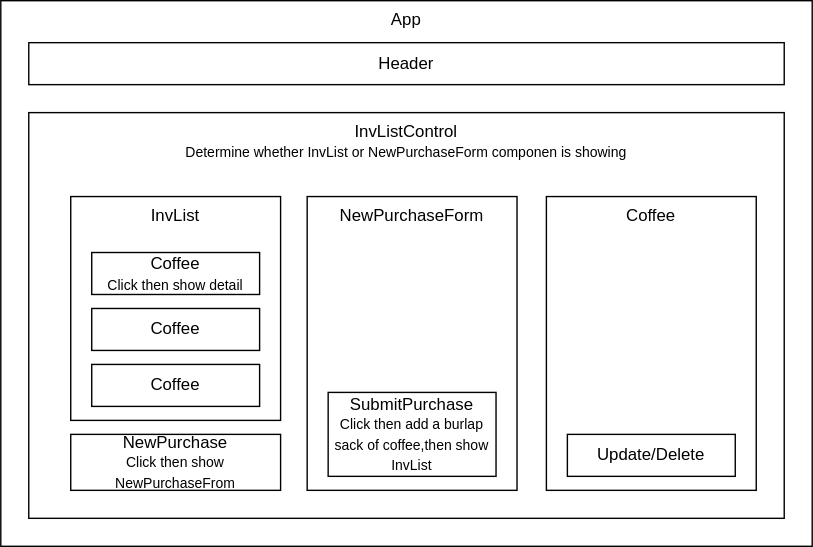
zbl14/coffee-shop-inv-tracker keeps this draw.io diagram as src/img/componentDiagram.drawio.svg. Above is the earlier version. Source tidied: cells renumbered, new cells last; positions are measured from the earlier drawing's top-left corner, leaving out a move shared by most shapes.
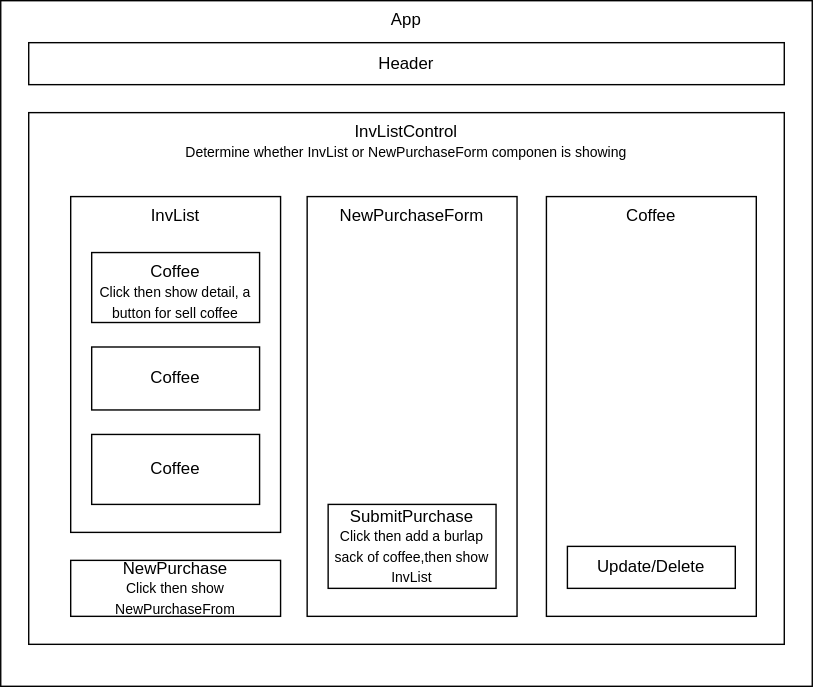
The same file after the commit.

What changed in the source:
```diff
@@ -3,40 +3,40 @@
     <mxCell id="0" />
     <mxCell id="1" parent="0" />
     <mxCell id="2" value="App" style="rounded=0;whiteSpace=wrap;html=1;verticalAlign=top;" parent="1" vertex="1">
-      <mxGeometry width="580" height="390" as="geometry" />
+      <mxGeometry width="580" height="490" as="geometry" />
     </mxCell>
     <mxCell id="3" value="Header" style="rounded=0;whiteSpace=wrap;html=1;" parent="1" vertex="1">
       <mxGeometry x="20" y="30" width="540" height="30" as="geometry" />
     </mxCell>
     <mxCell id="4" value="InvListControl&lt;br&gt;&lt;font style=&quot;font-size: 10px&quot;&gt;Determine whether InvList or NewPurchaseForm componen is showing&lt;/font&gt;" style="rounded=0;whiteSpace=wrap;html=1;verticalAlign=top;" parent="1" vertex="1">
-      <mxGeometry x="20" y="80" width="540" height="290" as="geometry" />
+      <mxGeometry x="20" y="80" width="540" height="380" as="geometry" />
     </mxCell>
     <mxCell id="5" value="InvList" style="rounded=0;whiteSpace=wrap;html=1;verticalAlign=top;" parent="1" vertex="1">
-      <mxGeometry x="50" y="140" width="150" height="160" as="geometry" />
+      <mxGeometry x="50" y="140" width="150" height="240" as="geometry" />
     </mxCell>
     <mxCell id="6" value="NewPurchaseForm" style="rounded=0;whiteSpace=wrap;html=1;verticalAlign=top;" parent="1" vertex="1">
-      <mxGeometry x="219" y="140" width="150" height="210" as="geometry" />
+      <mxGeometry x="219" y="140" width="150" height="300" as="geometry" />
     </mxCell>
-    <mxCell id="7" value="Coffee&lt;br&gt;&lt;font style=&quot;font-size: 10px&quot;&gt;Click then show detail&lt;/font&gt;" style="rounded=0;whiteSpace=wrap;html=1;" parent="1" vertex="1">
-      <mxGeometry x="65" y="180" width="120" height="30" as="geometry" />
+    <mxCell id="7" value="Coffee&lt;br&gt;&lt;font style=&quot;font-size: 10px&quot;&gt;Click then show detail, a button for sell coffee&lt;/font&gt;" style="rounded=0;whiteSpace=wrap;html=1;verticalAlign=top;" parent="1" vertex="1">
+      <mxGeometry x="65" y="180" width="120" height="50" as="geometry" />
     </mxCell>
     <mxCell id="8" value="NewPurchase&lt;br&gt;&lt;font style=&quot;font-size: 10px&quot;&gt;Click then show NewPurchaseFrom&lt;/font&gt;" style="rounded=0;whiteSpace=wrap;html=1;" parent="1" vertex="1">
-      <mxGeometry x="50" y="310" width="150" height="40" as="geometry" />
+      <mxGeometry x="50" y="400" width="150" height="40" as="geometry" />
     </mxCell>
     <mxCell id="9" value="SubmitPurchase&lt;br&gt;&lt;font style=&quot;font-size: 10px&quot;&gt;Click then add a burlap sack of coffee,then show InvList&lt;/font&gt;" style="rounded=0;whiteSpace=wrap;html=1;" parent="1" vertex="1">
-      <mxGeometry x="234" y="280" width="120" height="60" as="geometry" />
+      <mxGeometry x="234" y="360" width="120" height="60" as="geometry" />
     </mxCell>
     <mxCell id="10" value="Coffee" style="rounded=0;whiteSpace=wrap;html=1;" parent="1" vertex="1">
-      <mxGeometry x="65" y="220" width="120" height="30" as="geometry" />
+      <mxGeometry x="65" y="247.5" width="120" height="45" as="geometry" />
     </mxCell>
     <mxCell id="11" value="Coffee" style="rounded=0;whiteSpace=wrap;html=1;" parent="1" vertex="1">
-      <mxGeometry x="65" y="260" width="120" height="30" as="geometry" />
+      <mxGeometry x="65" y="310" width="120" height="50" as="geometry" />
     </mxCell>
     <mxCell id="12" value="Coffee" style="rounded=0;whiteSpace=wrap;html=1;verticalAlign=top;" parent="1" vertex="1">
-      <mxGeometry x="390" y="140" width="150" height="210" as="geometry" />
+      <mxGeometry x="390" y="140" width="150" height="300" as="geometry" />
     </mxCell>
     <mxCell id="13" value="Update/Delete" style="rounded=0;whiteSpace=wrap;html=1;" parent="1" vertex="1">
-      <mxGeometry x="405" y="310" width="120" height="30" as="geometry" />
+      <mxGeometry x="405" y="390" width="120" height="30" as="geometry" />
     </mxCell>
   </root>
 </mxGraphModel>
```
